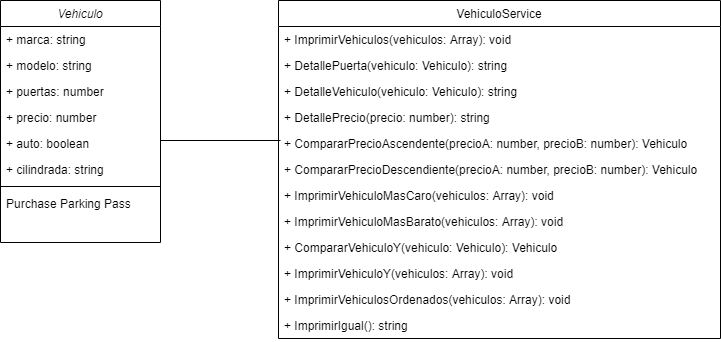
This is Concesionaria.png from String03/concesionaria, a draw.io export, as it was before one commit. Source tidied: cells renumbered, new cells last; positions are measured from the earlier drawing's top-left corner, leaving out a move shared by most shapes. The source it was exported from:
```xml
<mxGraphModel>
  <root>
    <mxCell id="0" />
    <mxCell id="1" parent="0" />
    <mxCell id="2" value="Vehiculo" style="swimlane;fontStyle=2;align=center;verticalAlign=top;horizontal=1;startSize=26;rounded=0;shadow=0;strokeWidth=1;" parent="1" vertex="1">
      <mxGeometry width="160" height="242" as="geometry" />
    </mxCell>
    <mxCell id="3" value="+ marca: string" style="text;align=left;verticalAlign=top;spacingLeft=4;spacingRight=4;overflow=hidden;" parent="2" vertex="1">
      <mxGeometry y="26" width="160" height="26" as="geometry" />
    </mxCell>
    <mxCell id="4" value="+ modelo: string" style="text;align=left;verticalAlign=top;spacingLeft=4;spacingRight=4;overflow=hidden;rounded=0;shadow=0;html=0;" parent="2" vertex="1">
      <mxGeometry y="52" width="160" height="26" as="geometry" />
    </mxCell>
    <mxCell id="5" value="+ puertas: number" style="text;align=left;verticalAlign=top;spacingLeft=4;spacingRight=4;overflow=hidden;rounded=0;shadow=0;html=0;" parent="2" vertex="1">
      <mxGeometry y="78" width="160" height="26" as="geometry" />
    </mxCell>
    <mxCell id="6" value="+ precio: number" style="text;align=left;verticalAlign=top;spacingLeft=4;spacingRight=4;overflow=hidden;rounded=0;shadow=0;html=0;" parent="2" vertex="1">
      <mxGeometry y="104" width="160" height="26" as="geometry" />
    </mxCell>
    <mxCell id="7" value="+ auto: boolean" style="text;align=left;verticalAlign=top;spacingLeft=4;spacingRight=4;overflow=hidden;rounded=0;shadow=0;html=0;" parent="2" vertex="1">
      <mxGeometry y="130" width="160" height="26" as="geometry" />
    </mxCell>
    <mxCell id="8" value="+ cilindrada: string" style="text;align=left;verticalAlign=top;spacingLeft=4;spacingRight=4;overflow=hidden;rounded=0;shadow=0;html=0;" parent="2" vertex="1">
      <mxGeometry y="156" width="160" height="26" as="geometry" />
    </mxCell>
    <mxCell id="9" style="line;html=1;strokeWidth=1;align=left;verticalAlign=middle;spacingTop=-1;spacingLeft=3;spacingRight=3;labelPosition=right;" parent="2" vertex="1">
      <mxGeometry y="182" width="160" height="8" as="geometry" />
    </mxCell>
    <mxCell id="10" value="Purchase Parking Pass" style="text;align=left;verticalAlign=top;spacingLeft=4;spacingRight=4;overflow=hidden;" parent="2" vertex="1">
      <mxGeometry y="190" width="160" height="26" as="geometry" />
    </mxCell>
    <mxCell id="11" value="VehiculoService" style="swimlane;fontStyle=0;align=center;verticalAlign=top;horizontal=1;startSize=26;rounded=0;shadow=0;strokeWidth=1;" parent="1" vertex="1">
      <mxGeometry x="278" width="442" height="338" as="geometry" />
    </mxCell>
    <mxCell id="12" value="+ ImprimirVehiculos(vehiculos: Array): void" style="text;align=left;verticalAlign=top;spacingLeft=4;spacingRight=4;overflow=hidden;" parent="11" vertex="1">
      <mxGeometry y="26" width="442" height="26" as="geometry" />
    </mxCell>
    <mxCell id="13" value="+ DetallePuerta(vehiculo: Vehiculo): string" style="text;align=left;verticalAlign=top;spacingLeft=4;spacingRight=4;overflow=hidden;" parent="11" vertex="1">
      <mxGeometry y="52" width="442" height="26" as="geometry" />
    </mxCell>
    <mxCell id="14" value="+ DetalleVehiculo(vehiculo: Vehiculo): string" style="text;align=left;verticalAlign=top;spacingLeft=4;spacingRight=4;overflow=hidden;" parent="11" vertex="1">
      <mxGeometry y="78" width="442" height="26" as="geometry" />
    </mxCell>
    <mxCell id="15" value="+ DetallePrecio(precio: number): string" style="text;align=left;verticalAlign=top;spacingLeft=4;spacingRight=4;overflow=hidden;" parent="11" vertex="1">
      <mxGeometry y="104" width="442" height="26" as="geometry" />
    </mxCell>
    <mxCell id="16" value="+ CompararPrecioAscendente(precioA: number, precioB: number): Vehiculo " style="text;align=left;verticalAlign=top;spacingLeft=4;spacingRight=4;overflow=hidden;" parent="11" vertex="1">
      <mxGeometry y="130" width="442" height="26" as="geometry" />
    </mxCell>
    <mxCell id="17" value="+ CompararPrecioDescendiente(precioA: number, precioB: number): Vehiculo " style="text;align=left;verticalAlign=top;spacingLeft=4;spacingRight=4;overflow=hidden;" parent="11" vertex="1">
      <mxGeometry y="156" width="442" height="26" as="geometry" />
    </mxCell>
    <mxCell id="18" value="+ ImprimirVehiculoMasCaro(vehiculos: Array): void" style="text;align=left;verticalAlign=top;spacingLeft=4;spacingRight=4;overflow=hidden;" parent="11" vertex="1">
      <mxGeometry y="182" width="442" height="26" as="geometry" />
    </mxCell>
    <mxCell id="19" value="+ ImprimirVehiculoMasBarato(vehiculos: Array): void" style="text;align=left;verticalAlign=top;spacingLeft=4;spacingRight=4;overflow=hidden;" parent="11" vertex="1">
      <mxGeometry y="208" width="442" height="26" as="geometry" />
    </mxCell>
    <mxCell id="20" value="+ CompararVehiculoY(vehiculo: Vehiculo): Vehiculo " style="text;align=left;verticalAlign=top;spacingLeft=4;spacingRight=4;overflow=hidden;" parent="11" vertex="1">
      <mxGeometry y="234" width="442" height="26" as="geometry" />
    </mxCell>
    <mxCell id="21" value="+ ImprimirVehiculoY(vehiculos: Array): void" style="text;align=left;verticalAlign=top;spacingLeft=4;spacingRight=4;overflow=hidden;" parent="11" vertex="1">
      <mxGeometry y="260" width="442" height="26" as="geometry" />
    </mxCell>
    <mxCell id="22" value="+ ImprimirVehiculosOrdenados(vehiculos: Array): void" style="text;align=left;verticalAlign=top;spacingLeft=4;spacingRight=4;overflow=hidden;" parent="11" vertex="1">
      <mxGeometry y="286" width="442" height="26" as="geometry" />
    </mxCell>
    <mxCell id="23" value="+ ImprimirIgual(): string" style="text;align=left;verticalAlign=top;spacingLeft=4;spacingRight=4;overflow=hidden;" parent="11" vertex="1">
      <mxGeometry y="312" width="442" height="26" as="geometry" />
    </mxCell>
    <mxCell id="24" style="endArrow=none;html=1;edgeStyle=orthogonalEdgeStyle;" parent="1" edge="1">
      <mxGeometry relative="1" as="geometry">
        <mxPoint x="160" y="140" as="sourcePoint" />
        <mxPoint x="280" y="140" as="targetPoint" />
      </mxGeometry>
    </mxCell>
  </root>
</mxGraphModel>
```
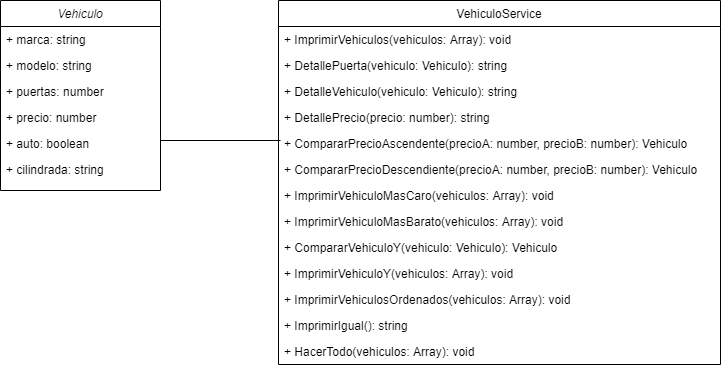
The same file after the commit.

Commit message:
Modificación diagrama

What changed in the source:
```diff
@@ -3,7 +3,7 @@
     <mxCell id="0" />
     <mxCell id="1" parent="0" />
     <mxCell id="2" value="Vehiculo" style="swimlane;fontStyle=2;align=center;verticalAlign=top;horizontal=1;startSize=26;rounded=0;shadow=0;strokeWidth=1;" parent="1" vertex="1">
-      <mxGeometry width="160" height="242" as="geometry" />
+      <mxGeometry width="160" height="190" as="geometry" />
     </mxCell>
     <mxCell id="3" value="+ marca: string" style="text;align=left;verticalAlign=top;spacingLeft=4;spacingRight=4;overflow=hidden;" parent="2" vertex="1">
       <mxGeometry y="26" width="160" height="26" as="geometry" />
@@ -23,14 +23,8 @@
     <mxCell id="8" value="+ cilindrada: string" style="text;align=left;verticalAlign=top;spacingLeft=4;spacingRight=4;overflow=hidden;rounded=0;shadow=0;html=0;" parent="2" vertex="1">
       <mxGeometry y="156" width="160" height="26" as="geometry" />
     </mxCell>
-    <mxCell id="9" style="line;html=1;strokeWidth=1;align=left;verticalAlign=middle;spacingTop=-1;spacingLeft=3;spacingRight=3;labelPosition=right;" parent="2" vertex="1">
-      <mxGeometry y="182" width="160" height="8" as="geometry" />
-    </mxCell>
-    <mxCell id="10" value="Purchase Parking Pass" style="text;align=left;verticalAlign=top;spacingLeft=4;spacingRight=4;overflow=hidden;" parent="2" vertex="1">
-      <mxGeometry y="190" width="160" height="26" as="geometry" />
-    </mxCell>
     <mxCell id="11" value="VehiculoService" style="swimlane;fontStyle=0;align=center;verticalAlign=top;horizontal=1;startSize=26;rounded=0;shadow=0;strokeWidth=1;" parent="1" vertex="1">
-      <mxGeometry x="278" width="442" height="338" as="geometry" />
+      <mxGeometry x="278" width="442" height="364" as="geometry" />
     </mxCell>
     <mxCell id="12" value="+ ImprimirVehiculos(vehiculos: Array): void" style="text;align=left;verticalAlign=top;spacingLeft=4;spacingRight=4;overflow=hidden;" parent="11" vertex="1">
       <mxGeometry y="26" width="442" height="26" as="geometry" />
@@ -68,6 +62,9 @@
     <mxCell id="23" value="+ ImprimirIgual(): string" style="text;align=left;verticalAlign=top;spacingLeft=4;spacingRight=4;overflow=hidden;" parent="11" vertex="1">
       <mxGeometry y="312" width="442" height="26" as="geometry" />
     </mxCell>
+    <mxCell id="25" value="+ HacerTodo(vehiculos: Array): void" style="text;align=left;verticalAlign=top;spacingLeft=4;spacingRight=4;overflow=hidden;" parent="11" vertex="1">
+      <mxGeometry y="338" width="442" height="26" as="geometry" />
+    </mxCell>
     <mxCell id="24" style="endArrow=none;html=1;edgeStyle=orthogonalEdgeStyle;" parent="1" edge="1">
       <mxGeometry relative="1" as="geometry">
         <mxPoint x="160" y="140" as="sourcePoint" />
```
